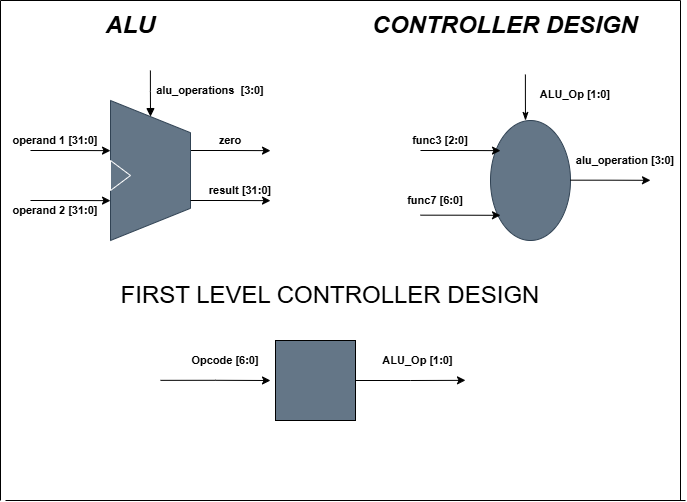
The draw.io diagram lab_1/Lab_1.drawio.png in navaalnoshi/CA_LAB_G5, before a commit. Source tidied: cells renumbered, new cells last; positions are measured from the earlier drawing's top-left corner, leaving out a move shared by most shapes. Source of this version:
```xml
<mxGraphModel>
  <root>
    <mxCell id="0" />
    <mxCell id="1" parent="0" />
    <mxCell id="2" style="edgeStyle=orthogonalEdgeStyle;rounded=0;orthogonalLoop=1;jettySize=auto;html=1;exitX=0.75;exitY=0;exitDx=0;exitDy=0;" parent="1" edge="1">
      <mxGeometry relative="1" as="geometry">
        <mxPoint x="190" y="150" as="sourcePoint" />
        <mxPoint x="270" y="150.1" as="targetPoint" />
      </mxGeometry>
    </mxCell>
    <mxCell id="3" style="edgeStyle=orthogonalEdgeStyle;rounded=0;jettySize=auto;html=1;exitX=1;exitY=0.5;exitDx=0;exitDy=0;endArrow=block;endFill=1;entryX=1;entryY=0.5;entryDx=0;entryDy=0;" parent="1" edge="1" target="4">
      <mxGeometry relative="1" as="geometry">
        <mxPoint x="149.9" y="70" as="sourcePoint" />
      </mxGeometry>
    </mxCell>
    <mxCell id="4" style="verticalLabelPosition=middle;verticalAlign=middle;html=1;shape=trapezoid;perimeter=trapezoidPerimeter;whiteSpace=wrap;size=0.23;arcSize=10;flipV=1;labelPosition=center;align=center;legacyAnchorPoints=0;direction=south;fillColor=#647687;fontColor=#ffffff;strokeColor=#314354;" parent="1" vertex="1">
      <mxGeometry x="110" y="100" width="80" height="140" as="geometry" />
    </mxCell>
    <mxCell id="5" style="triangle;whiteSpace=wrap;html=1;fillColor=#647687;fontColor=#ffffff;strokeColor=#FFFFFF;" parent="1" vertex="1">
      <mxGeometry x="110" y="160" width="20" height="30" as="geometry" />
    </mxCell>
    <mxCell id="6" style="edgeStyle=orthogonalEdgeStyle;rounded=0;orthogonalLoop=1;jettySize=auto;html=1;exitX=0.75;exitY=0;exitDx=0;exitDy=0;" parent="1" edge="1">
      <mxGeometry relative="1" as="geometry">
        <mxPoint x="190" y="200" as="sourcePoint" />
        <mxPoint x="270" y="200.1" as="targetPoint" />
      </mxGeometry>
    </mxCell>
    <mxCell id="7" style="edgeStyle=orthogonalEdgeStyle;rounded=0;orthogonalLoop=1;jettySize=auto;html=1;exitX=0.75;exitY=0;exitDx=0;exitDy=0;" parent="1" edge="1">
      <mxGeometry relative="1" as="geometry">
        <mxPoint x="30" y="150" as="sourcePoint" />
        <mxPoint x="110" y="150.1" as="targetPoint" />
      </mxGeometry>
    </mxCell>
    <mxCell id="8" style="edgeStyle=orthogonalEdgeStyle;rounded=0;orthogonalLoop=1;jettySize=auto;html=1;exitX=0.75;exitY=0;exitDx=0;exitDy=0;" parent="1" edge="1">
      <mxGeometry relative="1" as="geometry">
        <mxPoint x="30" y="200" as="sourcePoint" />
        <mxPoint x="110" y="200.1" as="targetPoint" />
      </mxGeometry>
    </mxCell>
    <mxCell id="9" value="&lt;font style=&quot;font-size: 11px;&quot;&gt;&lt;b&gt;alu_operations&amp;nbsp; [3:0]&lt;/b&gt;&lt;/font&gt;" style="text;html=1;whiteSpace=wrap;strokeColor=none;fillColor=none;align=center;verticalAlign=middle;rounded=0;" parent="1" vertex="1">
      <mxGeometry x="150" y="80" width="120" height="20" as="geometry" />
    </mxCell>
    <mxCell id="10" value="&lt;font style=&quot;font-size: 11px;&quot;&gt;&lt;b&gt;operand 1 [31:0]&lt;/b&gt;&lt;/font&gt;" style="text;html=1;whiteSpace=wrap;strokeColor=none;fillColor=none;align=center;verticalAlign=middle;rounded=0;" parent="1" vertex="1">
      <mxGeometry x="10" y="130" width="90" height="20" as="geometry" />
    </mxCell>
    <mxCell id="11" value="&lt;font style=&quot;font-size: 11px;&quot;&gt;&lt;b&gt;zero&lt;/b&gt;&lt;/font&gt;" style="text;html=1;whiteSpace=wrap;strokeColor=none;fillColor=none;align=center;verticalAlign=middle;rounded=0;" parent="1" vertex="1">
      <mxGeometry x="210" y="130" width="40" height="20" as="geometry" />
    </mxCell>
    <mxCell id="12" value="&lt;font style=&quot;font-size: 11px;&quot;&gt;&lt;b&gt;result [31:0]&lt;/b&gt;&lt;/font&gt;" style="text;html=1;whiteSpace=wrap;strokeColor=none;fillColor=none;align=center;verticalAlign=middle;rounded=0;" parent="1" vertex="1">
      <mxGeometry x="200" y="180" width="80" height="20" as="geometry" />
    </mxCell>
    <mxCell id="13" style="endArrow=none;html=1;rounded=0;" parent="1" edge="1">
      <mxGeometry relative="1" as="geometry">
        <mxPoint as="sourcePoint" />
        <mxPoint x="680" as="targetPoint" />
      </mxGeometry>
    </mxCell>
    <mxCell id="14" style="endArrow=none;html=1;rounded=0;" parent="1" edge="1">
      <mxGeometry relative="1" as="geometry">
        <mxPoint x="5" y="500" as="sourcePoint" />
        <mxPoint x="685" y="500" as="targetPoint" />
      </mxGeometry>
    </mxCell>
    <mxCell id="15" style="endArrow=none;html=1;rounded=0;" parent="1" edge="1">
      <mxGeometry relative="1" as="geometry">
        <mxPoint as="sourcePoint" />
        <mxPoint y="500" as="targetPoint" />
      </mxGeometry>
    </mxCell>
    <mxCell id="16" style="endArrow=none;html=1;rounded=0;" parent="1" edge="1">
      <mxGeometry relative="1" as="geometry">
        <mxPoint x="680" as="sourcePoint" />
        <mxPoint x="680" y="500" as="targetPoint" />
      </mxGeometry>
    </mxCell>
    <mxCell id="17" value="&lt;font style=&quot;font-size: 24px;&quot;&gt;&lt;i&gt;&lt;b&gt;ALU&lt;/b&gt;&lt;/i&gt;&lt;/font&gt;" style="text;html=1;whiteSpace=wrap;strokeColor=none;fillColor=none;align=center;verticalAlign=middle;rounded=0;" parent="1" vertex="1">
      <mxGeometry x="100" y="10" width="60" height="30" as="geometry" />
    </mxCell>
    <mxCell id="18" value="&lt;font style=&quot;font-size: 24px;&quot;&gt;&lt;i&gt;&lt;b&gt;CONTROLLER DESIGN&lt;/b&gt;&lt;/i&gt;&lt;/font&gt;" style="text;html=1;whiteSpace=wrap;strokeColor=none;fillColor=none;align=center;verticalAlign=middle;rounded=0;" parent="1" vertex="1">
      <mxGeometry x="330" y="10" width="350" height="30" as="geometry" />
    </mxCell>
    <mxCell id="19" style="ellipse;whiteSpace=wrap;html=1;direction=south;fillColor=light-dark(#647687, #ededed);fontColor=#ffffff;strokeColor=#314354;" parent="1" vertex="1">
      <mxGeometry x="490" y="120" width="80" height="120" as="geometry" />
    </mxCell>
    <mxCell id="20" style="edgeStyle=orthogonalEdgeStyle;rounded=0;orthogonalLoop=1;jettySize=auto;html=1;exitX=0.75;exitY=0;exitDx=0;exitDy=0;" parent="1" edge="1">
      <mxGeometry relative="1" as="geometry">
        <mxPoint x="420" y="150" as="sourcePoint" />
        <mxPoint x="500" y="150.1" as="targetPoint" />
      </mxGeometry>
    </mxCell>
    <mxCell id="21" style="edgeStyle=orthogonalEdgeStyle;rounded=0;orthogonalLoop=1;jettySize=auto;html=1;exitX=0.75;exitY=0;exitDx=0;exitDy=0;" parent="1" edge="1">
      <mxGeometry relative="1" as="geometry">
        <mxPoint x="420" y="214.7" as="sourcePoint" />
        <mxPoint x="500" y="214.8" as="targetPoint" />
      </mxGeometry>
    </mxCell>
    <mxCell id="22" style="edgeStyle=orthogonalEdgeStyle;rounded=0;orthogonalLoop=1;jettySize=auto;html=1;exitX=0.75;exitY=0;exitDx=0;exitDy=0;" parent="1" edge="1">
      <mxGeometry relative="1" as="geometry">
        <mxPoint x="570" y="179.7" as="sourcePoint" />
        <mxPoint x="650" y="179.8" as="targetPoint" />
      </mxGeometry>
    </mxCell>
    <mxCell id="23" value="&lt;font style=&quot;font-size: 11px;&quot;&gt;&lt;b&gt;func3 [2:0]&lt;/b&gt;&lt;/font&gt;" style="text;html=1;whiteSpace=wrap;strokeColor=none;fillColor=none;align=center;verticalAlign=middle;rounded=0;" parent="1" vertex="1">
      <mxGeometry x="410" y="130" width="60" height="20" as="geometry" />
    </mxCell>
    <mxCell id="24" value="&lt;font style=&quot;font-size: 11px;&quot;&gt;&lt;b&gt;func7 [6:0]&lt;/b&gt;&lt;/font&gt;" style="text;html=1;whiteSpace=wrap;strokeColor=none;fillColor=none;align=center;verticalAlign=middle;rounded=0;" parent="1" vertex="1">
      <mxGeometry x="400" y="190" width="70" height="20" as="geometry" />
    </mxCell>
    <mxCell id="25" style="edgeStyle=orthogonalEdgeStyle;rounded=0;orthogonalLoop=1;jettySize=auto;html=1;exitX=1;exitY=0.5;exitDx=0;exitDy=0;endArrow=classicThin;endFill=1;" parent="1" edge="1">
      <mxGeometry relative="1" as="geometry">
        <mxPoint x="524.9" y="74" as="sourcePoint" />
        <mxPoint x="525" y="120" as="targetPoint" />
      </mxGeometry>
    </mxCell>
    <mxCell id="26" value="&lt;font style=&quot;font-size: 11px;&quot;&gt;&lt;b&gt;alu_operation [3:0]&lt;/b&gt;&lt;/font&gt;" style="text;html=1;whiteSpace=wrap;strokeColor=none;fillColor=none;align=center;verticalAlign=middle;rounded=0;" parent="1" vertex="1">
      <mxGeometry x="570" y="150" width="110" height="20" as="geometry" />
    </mxCell>
    <mxCell id="27" value="&lt;font style=&quot;font-size: 11px;&quot;&gt;&lt;b&gt;ALU_Op [1:0]&lt;/b&gt;&lt;/font&gt;" style="text;html=1;whiteSpace=wrap;strokeColor=none;fillColor=none;align=center;verticalAlign=middle;rounded=0;" parent="1" vertex="1">
      <mxGeometry x="530" y="84" width="90" height="20" as="geometry" />
    </mxCell>
    <mxCell id="28" value="&lt;font style=&quot;font-size: 11px;&quot;&gt;&lt;b&gt;operand 2 [31:0]&lt;/b&gt;&lt;/font&gt;" style="text;html=1;whiteSpace=wrap;strokeColor=none;fillColor=none;align=center;verticalAlign=middle;rounded=0;" parent="1" vertex="1">
      <mxGeometry x="10" y="200" width="90" height="20" as="geometry" />
    </mxCell>
    <mxCell id="29" value="&lt;font style=&quot;font-size: 24px;&quot;&gt;FIRST LEVEL CONTROLLER DESIGN&lt;/font&gt;" style="text;html=1;whiteSpace=wrap;strokeColor=none;fillColor=none;align=center;verticalAlign=middle;rounded=0;" parent="1" vertex="1">
      <mxGeometry x="70" y="280" width="520" height="30" as="geometry" />
    </mxCell>
    <mxCell id="30" style="edgeStyle=orthogonalEdgeStyle;rounded=0;orthogonalLoop=1;jettySize=auto;html=1;exitX=0;exitY=0.5;exitDx=0;exitDy=0;entryX=0;entryY=0.5;entryDx=0;entryDy=0;" parent="1" edge="1">
      <mxGeometry relative="1" as="geometry">
        <mxPoint x="160" y="379.8" as="sourcePoint" />
        <mxPoint x="270" y="380" as="targetPoint" />
      </mxGeometry>
    </mxCell>
    <mxCell id="31" style="edgeStyle=orthogonalEdgeStyle;rounded=0;jettySize=auto;html=1;exitX=1;exitY=0.5;exitDx=0;exitDy=0;" parent="1" edge="1" source="32">
      <mxGeometry relative="1" as="geometry">
        <mxPoint x="465" y="379.8" as="targetPoint" />
      </mxGeometry>
    </mxCell>
    <mxCell id="32" style="whiteSpace=wrap;html=1;fillColor=light-dark(#647687, #ededed);" parent="1" vertex="1">
      <mxGeometry x="275" y="340" width="80" height="80" as="geometry" />
    </mxCell>
    <mxCell id="33" value="&lt;font style=&quot;font-size: 11px;&quot;&gt;&lt;b&gt;ALU_Op [1:0]&lt;/b&gt;&lt;/font&gt;" style="text;html=1;whiteSpace=wrap;strokeColor=none;fillColor=none;align=center;verticalAlign=middle;rounded=0;" parent="1" vertex="1">
      <mxGeometry x="375" y="350" width="85" height="20" as="geometry" />
    </mxCell>
    <mxCell id="34" value="&lt;font style=&quot;font-size: 11px;&quot;&gt;&lt;b&gt;Opcode [6:0]&lt;/b&gt;&lt;/font&gt;" style="text;html=1;whiteSpace=wrap;strokeColor=none;fillColor=none;align=center;verticalAlign=middle;rounded=0;" parent="1" vertex="1">
      <mxGeometry x="190" y="350" width="70" height="20" as="geometry" />
    </mxCell>
  </root>
</mxGraphModel>
```
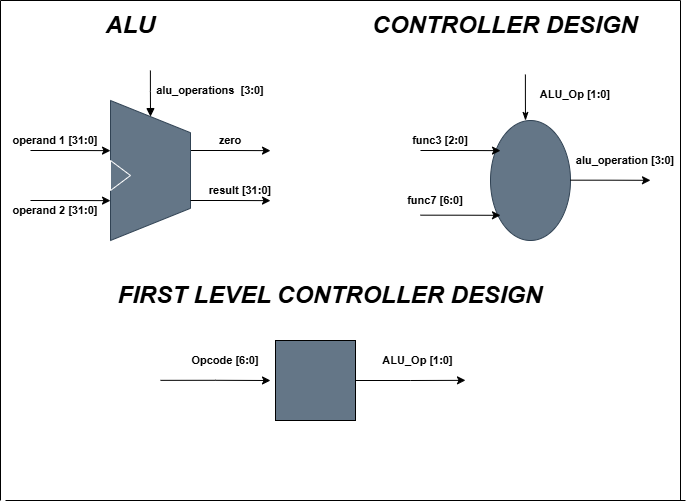
Later version of the same file.

The edit, as a diff of the source:
```diff
@@ -121,7 +121,7 @@
     <mxCell id="28" value="&lt;font style=&quot;font-size: 11px;&quot;&gt;&lt;b&gt;operand 2 [31:0]&lt;/b&gt;&lt;/font&gt;" style="text;html=1;whiteSpace=wrap;strokeColor=none;fillColor=none;align=center;verticalAlign=middle;rounded=0;" parent="1" vertex="1">
       <mxGeometry x="10" y="200" width="90" height="20" as="geometry" />
     </mxCell>
-    <mxCell id="29" value="&lt;font style=&quot;font-size: 24px;&quot;&gt;FIRST LEVEL CONTROLLER DESIGN&lt;/font&gt;" style="text;html=1;whiteSpace=wrap;strokeColor=none;fillColor=none;align=center;verticalAlign=middle;rounded=0;" parent="1" vertex="1">
+    <mxCell id="29" value="&lt;font style=&quot;font-size: 24px;&quot;&gt;&lt;i&gt;&lt;b&gt;FIRST LEVEL CONTROLLER DESIGN&lt;/b&gt;&lt;/i&gt;&lt;/font&gt;" style="text;html=1;whiteSpace=wrap;strokeColor=none;fillColor=none;align=center;verticalAlign=middle;rounded=0;" parent="1" vertex="1">
       <mxGeometry x="70" y="280" width="520" height="30" as="geometry" />
     </mxCell>
     <mxCell id="30" style="edgeStyle=orthogonalEdgeStyle;rounded=0;orthogonalLoop=1;jettySize=auto;html=1;exitX=0;exitY=0.5;exitDx=0;exitDy=0;entryX=0;entryY=0.5;entryDx=0;entryDy=0;" parent="1" edge="1">
```
